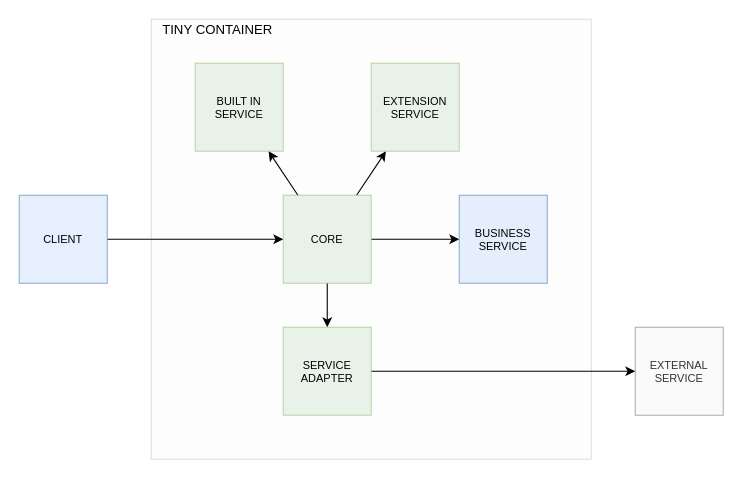
The draw.io diagram page "Container Services" (2 of 14) of docs/container.drawio in js-lib-com/tiny-container, before the edit. Source tidied: cells renumbered, new cells numbered last; positions are measured from the earlier drawing's top-left corner, leaving out a move shared by most shapes. Both pictures are drawn from the tidied source at 110%, with x=0, y=0 at pixel (19, 19).
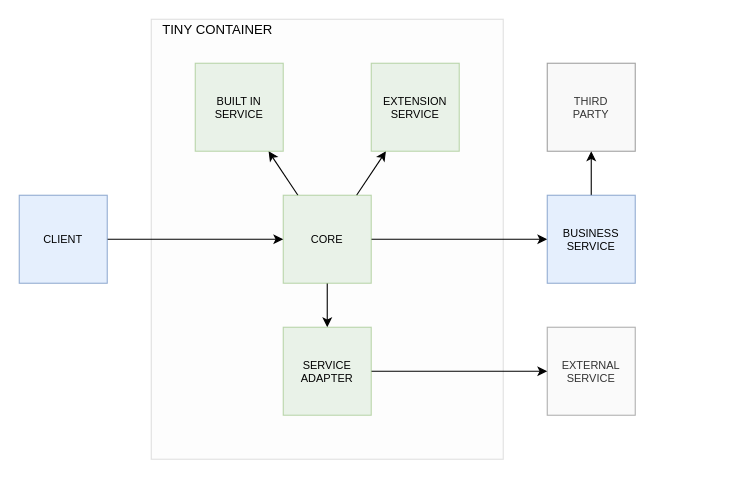
After the change.

Diff of the diagram source:
```diff
@@
 <mxGraphModel>
   <root>
     <mxCell id="0" />
     <mxCell id="1" parent="0" />
     <mxCell id="2" style="rounded=0;whiteSpace=wrap;html=1;fontSize=12;opacity=20;fillColor=#f5f5f5;strokeColor=#666666;fontColor=#333333;" parent="1" vertex="1">
-      <mxGeometry x="120" width="400" height="400" as="geometry" />
+      <mxGeometry x="120" width="320" height="400" as="geometry" />
     </mxCell>
     <mxCell id="3" style="edgeStyle=orthogonalEdgeStyle;rounded=0;jettySize=auto;html=1;" parent="1" edge="1" source="7" target="11">
       <mxGeometry relative="1" as="geometry" />
     </mxCell>
     <mxCell id="4" style="edgeStyle=orthogonalEdgeStyle;rounded=0;jettySize=auto;html=1;" parent="1" edge="1" source="7" target="8">
       <mxGeometry relative="1" as="geometry" />
     </mxCell>
     <mxCell id="5" style="rounded=0;jettySize=auto;html=1;" parent="1" edge="1" source="7" target="14">
       <mxGeometry relative="1" as="geometry" />
     </mxCell>
     <mxCell id="6" style="rounded=0;jettySize=auto;html=1;" parent="1" edge="1" source="7" target="15">
       <mxGeometry relative="1" as="geometry" />
     </mxCell>
     <mxCell id="7" value="CORE" style="whiteSpace=wrap;html=1;fontSize=10;fillColor=#d5e8d4;strokeColor=#82b366;opacity=50;" parent="1" vertex="1">
       <mxGeometry x="240" y="160" width="80" height="80" as="geometry" />
     </mxCell>
+    <mxCell id="17" style="edgeStyle=orthogonalEdgeStyle;rounded=0;jettySize=auto;html=1;" parent="1" edge="1" source="8" target="18">
+      <mxGeometry relative="1" as="geometry" />
+    </mxCell>
     <mxCell id="8" value="BUSINESS&lt;br&gt;SERVICE" style="whiteSpace=wrap;html=1;fontSize=10;fillColor=#dae8fc;strokeColor=#6c8ebf;opacity=70;" parent="1" vertex="1">
-      <mxGeometry x="400" y="160" width="80" height="80" as="geometry" />
+      <mxGeometry x="480" y="160" width="80" height="80" as="geometry" />
     </mxCell>
     <mxCell id="9" value="EXTERNAL&lt;br&gt;SERVICE" style="whiteSpace=wrap;html=1;fontSize=10;fillColor=#f5f5f5;strokeColor=#666666;fontColor=#333333;opacity=50;" parent="1" vertex="1">
-      <mxGeometry x="560" y="280" width="80" height="80" as="geometry" />
+      <mxGeometry x="480" y="280" width="80" height="80" as="geometry" />
     </mxCell>
     <mxCell id="10" style="edgeStyle=orthogonalEdgeStyle;rounded=0;jettySize=auto;html=1;" parent="1" edge="1" source="11" target="9">
       <mxGeometry relative="1" as="geometry" />
     </mxCell>
     <mxCell id="11" value="SERVICE&lt;br&gt;ADAPTER" style="whiteSpace=wrap;html=1;fontSize=10;fillColor=#d5e8d4;strokeColor=#82b366;opacity=50;" parent="1" vertex="1">
       <mxGeometry x="240" y="280" width="80" height="80" as="geometry" />
     </mxCell>
     <mxCell id="12" style="edgeStyle=orthogonalEdgeStyle;rounded=0;jettySize=auto;html=1;" parent="1" edge="1" source="13" target="7">
       <mxGeometry relative="1" as="geometry" />
     </mxCell>
     <mxCell id="13" value="CLIENT" style="whiteSpace=wrap;html=1;fontSize=10;fillColor=#dae8fc;strokeColor=#6c8ebf;opacity=70;" parent="1" vertex="1">
       <mxGeometry y="160" width="80" height="80" as="geometry" />
     </mxCell>
     <mxCell id="14" value="BUILT IN&lt;br&gt;SERVICE" style="whiteSpace=wrap;html=1;fontSize=10;fillColor=#d5e8d4;strokeColor=#82b366;opacity=50;" parent="1" vertex="1">
       <mxGeometry x="160" y="40" width="80" height="80" as="geometry" />
     </mxCell>
     <mxCell id="15" value="EXTENSION&lt;br&gt;SERVICE" style="whiteSpace=wrap;html=1;fontSize=10;fillColor=#d5e8d4;strokeColor=#82b366;opacity=50;" parent="1" vertex="1">
       <mxGeometry x="320" y="40" width="80" height="80" as="geometry" />
     </mxCell>
     <mxCell id="16" value="TINY CONTAINER" style="text;html=1;align=center;verticalAlign=middle;strokeColor=none;fillColor=none;fontSize=12;" parent="1" vertex="1">
       <mxGeometry x="120" width="120" height="20" as="geometry" />
     </mxCell>
+    <mxCell id="18" value="THIRD&lt;br&gt;PARTY" style="whiteSpace=wrap;html=1;fontSize=10;fillColor=#f5f5f5;strokeColor=#666666;fontColor=#333333;opacity=60;" parent="1" vertex="1">
+      <mxGeometry x="480" y="40" width="80" height="80" as="geometry" />
+    </mxCell>
   </root>
 </mxGraphModel>
```
